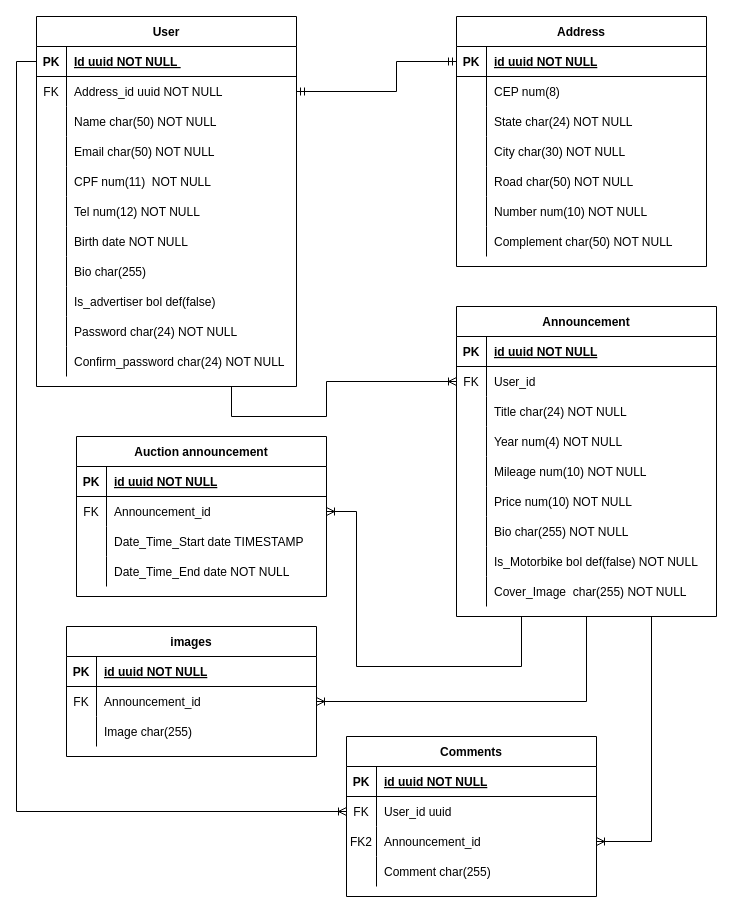
Vehicle-E-commerce/vehicle_ecommerce_server keeps this draw.io diagram as DER.drawio. Above is the earlier version. Source tidied: cells renumbered, new cells numbered last; positions are measured from the earlier drawing's top-left corner, leaving out a move shared by most shapes. Both pictures are drawn from the tidied source at 100%, with x=0, y=0 at pixel (16, 16).
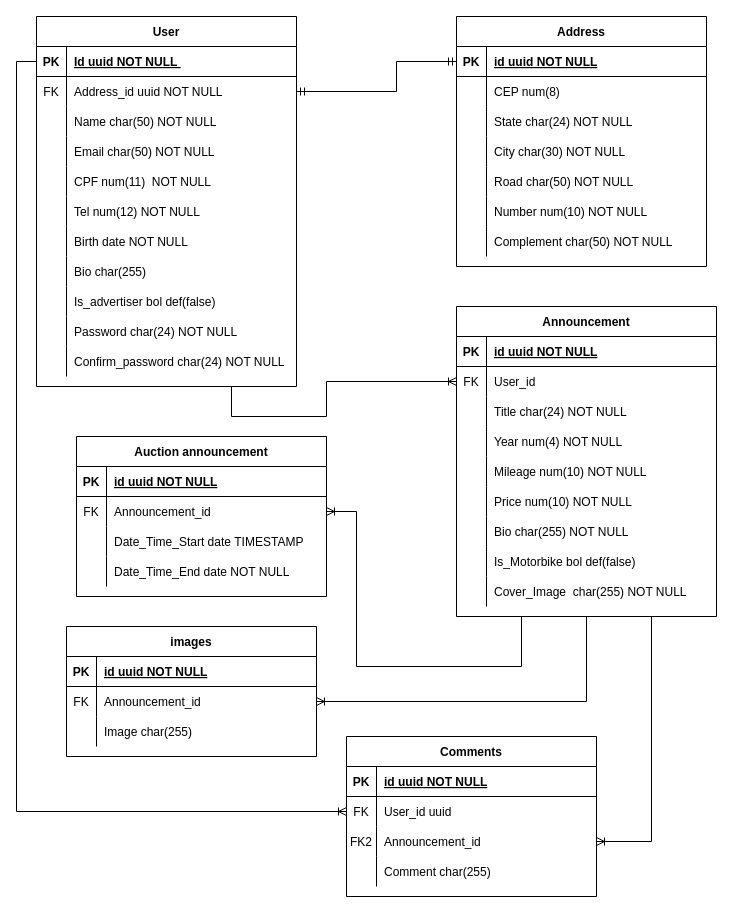
The same diagram, later.

Unchanged cells that the change refers to:
```xml
<mxCell id="46" style="shape=partialRectangle;fillColor=none;top=0;left=0;right=0;bottom=0;" parent="24" vertex="1">
  <mxGeometry y="240" width="260" height="30" as="geometry" />
</mxCell>
```

Change to the diagram source:
```diff
@@
-    <mxCell id="48" value="Is_Motorbike bol def(false) NOT NULL" style="shape=partialRectangle;overflow=hidden;fillColor=none;top=0;left=0;bottom=0;right=0;align=left;spacingLeft=6;" parent="46" vertex="1">
+    <mxCell id="48" value="Is_Motorbike bol def(false)" style="shape=partialRectangle;overflow=hidden;fillColor=none;top=0;left=0;bottom=0;right=0;align=left;spacingLeft=6;" parent="46" vertex="1">
       <mxGeometry x="30" width="230" height="30" as="geometry" />
     </mxCell>
```
